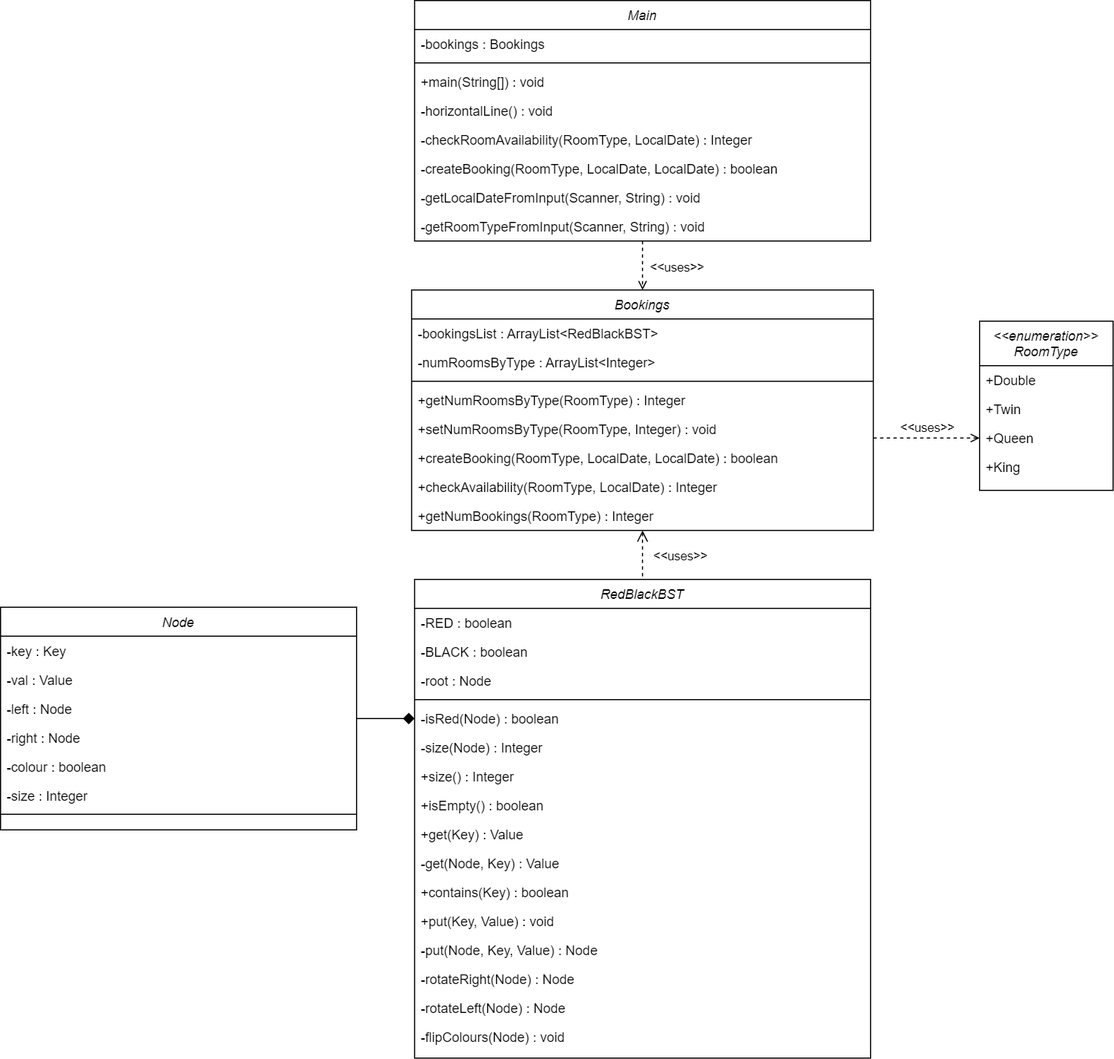
The draw.io diagram HotelBookingSystem/Hotel Reservation System Diagram v2.png in JonathanJanzen/Hotel-Booking-System, before a commit. Source tidied: cells renumbered, new cells last; positions are measured from the earlier drawing's top-left corner, leaving out a move shared by most shapes.
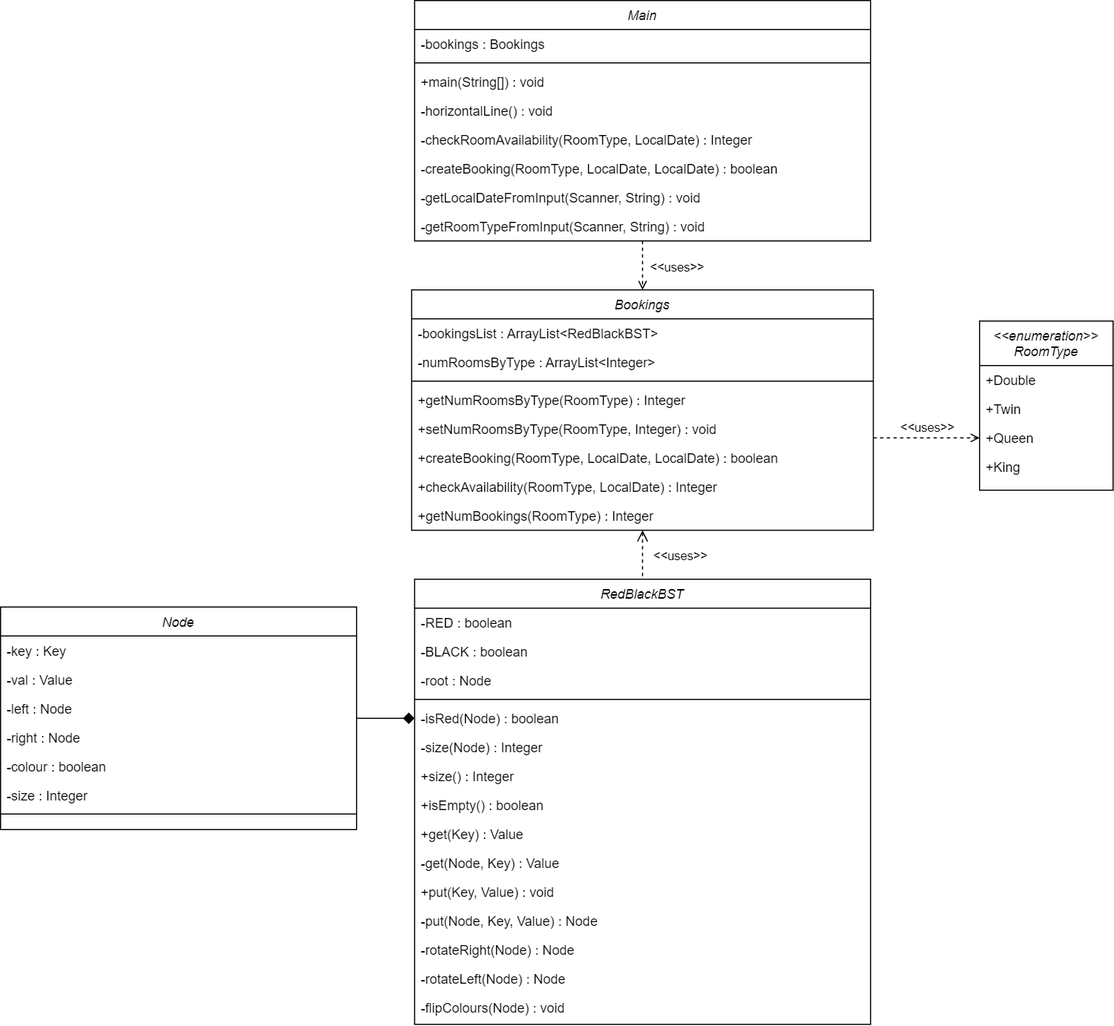
After the commit.

Commit message:
Removed unnecessary function from RedBlackBST

What changed in the source:
```diff
@@ -112,7 +112,7 @@
       <mxGeometry y="190" width="415" height="26" as="geometry" />
     </mxCell>
     <mxCell id="37" value="RedBlackBST" style="swimlane;fontStyle=2;align=center;verticalAlign=top;horizontal=1;startSize=26;rounded=0;shadow=0;strokeWidth=1;" parent="1" vertex="1">
-      <mxGeometry x="372.1" y="520" width="409.9" height="430" as="geometry" />
+      <mxGeometry x="372.1" y="520" width="409.9" height="400" as="geometry" />
     </mxCell>
     <mxCell id="38" value="-RED : boolean" style="text;align=left;verticalAlign=top;spacingLeft=4;spacingRight=4;overflow=hidden;" parent="37" vertex="1">
       <mxGeometry y="26" width="409.9" height="26" as="geometry" />
@@ -144,23 +144,20 @@
     <mxCell id="47" value="-get(Node, Key) : Value" style="text;align=left;verticalAlign=top;spacingLeft=4;spacingRight=4;overflow=hidden;" parent="37" vertex="1">
       <mxGeometry y="242" width="409.9" height="26" as="geometry" />
     </mxCell>
-    <mxCell id="48" value="+contains(Key) : boolean" style="text;align=left;verticalAlign=top;spacingLeft=4;spacingRight=4;overflow=hidden;" parent="37" vertex="1">
-      <mxGeometry y="268" width="409.9" height="26" as="geometry" />
-    </mxCell>
     <mxCell id="49" value="+put(Key, Value) : void" style="text;align=left;verticalAlign=top;spacingLeft=4;spacingRight=4;overflow=hidden;" parent="37" vertex="1">
-      <mxGeometry y="294" width="409.9" height="26" as="geometry" />
+      <mxGeometry y="268" width="409.9" height="26" as="geometry" />
     </mxCell>
     <mxCell id="50" value="-put(Node, Key, Value) : Node" style="text;align=left;verticalAlign=top;spacingLeft=4;spacingRight=4;overflow=hidden;" parent="37" vertex="1">
-      <mxGeometry y="320" width="409.9" height="26" as="geometry" />
+      <mxGeometry y="294" width="409.9" height="26" as="geometry" />
     </mxCell>
     <mxCell id="51" value="-rotateRight(Node) : Node" style="text;align=left;verticalAlign=top;spacingLeft=4;spacingRight=4;overflow=hidden;" parent="37" vertex="1">
-      <mxGeometry y="346" width="409.9" height="26" as="geometry" />
+      <mxGeometry y="320" width="409.9" height="26" as="geometry" />
     </mxCell>
     <mxCell id="52" value="-rotateLeft(Node) : Node" style="text;align=left;verticalAlign=top;spacingLeft=4;spacingRight=4;overflow=hidden;" parent="37" vertex="1">
-      <mxGeometry y="372" width="409.9" height="26" as="geometry" />
+      <mxGeometry y="346" width="409.9" height="26" as="geometry" />
     </mxCell>
     <mxCell id="53" value="-flipColours(Node) : void" style="text;align=left;verticalAlign=top;spacingLeft=4;spacingRight=4;overflow=hidden;" parent="37" vertex="1">
-      <mxGeometry y="398" width="409.9" height="26" as="geometry" />
+      <mxGeometry y="372" width="409.9" height="26" as="geometry" />
     </mxCell>
     <mxCell id="54" style="edgeStyle=orthogonalEdgeStyle;rounded=0;jettySize=auto;html=1;exitX=1;exitY=0.5;exitDx=0;exitDy=0;entryX=0;entryY=0.5;entryDx=0;entryDy=0;endArrow=open;endFill=0;dashed=1;" parent="1" edge="1" target="16">
       <mxGeometry relative="1" as="geometry">
```
